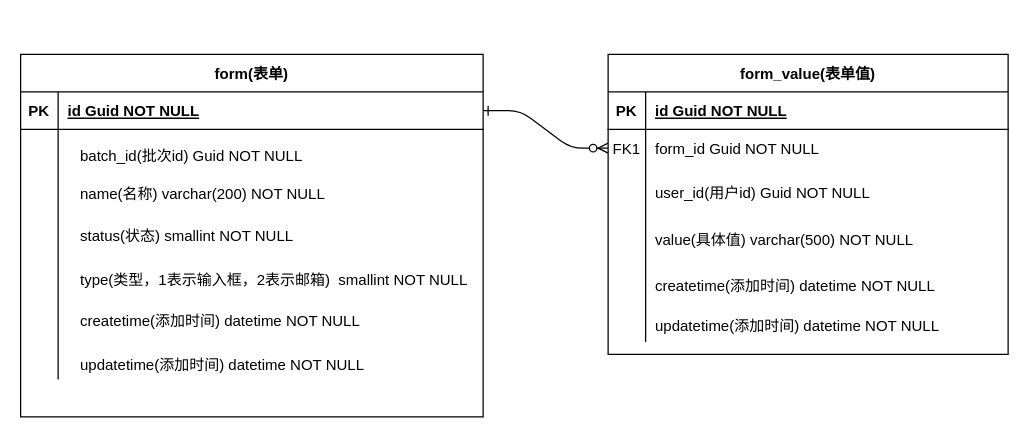
Before: Project/自定义表单.drawio in hao15239129517/drawio, a draw.io diagram. Source tidied: cells renumbered, new cells numbered last; positions are measured from the earlier drawing's top-left corner, leaving out a move shared by most shapes. Both pictures are drawn from the tidied source at 125%, with x=0, y=0 at pixel (20, 54).
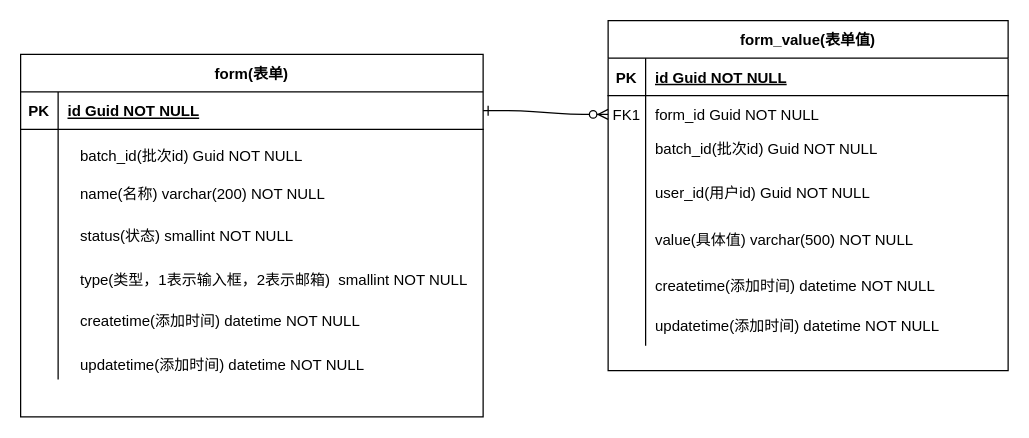
The same diagram, later.

The edit, as a diff of the source:
```diff
@@
     <mxCell id="3" value="form_value(表单值)" style="shape=table;startSize=30;childLayout=tableLayout;rowLines=0;fontStyle=1;align=center;" parent="1" vertex="1">
-      <mxGeometry x="470" width="320" height="240" as="geometry" />
+      <mxGeometry x="470" y="-27" width="320" height="280" as="geometry" />
     </mxCell>
@@
     <mxCell id="10" style="shape=partialRectangle;fillColor=none;top=0;left=0;right=0;bottom=0;" parent="3" vertex="1">
-      <mxGeometry y="90" width="320" height="140" as="geometry" />
+      <mxGeometry y="90" width="320" height="170" as="geometry" />
     </mxCell>
     <mxCell id="11" style="shape=partialRectangle;overflow=hidden;fillColor=none;top=0;left=0;bottom=0;right=0;" parent="10" vertex="1">
-      <mxGeometry width="30" height="140" as="geometry" />
+      <mxGeometry width="30" height="170" as="geometry" />
     </mxCell>
     <mxCell id="12" style="shape=partialRectangle;overflow=hidden;fillColor=none;top=0;left=0;bottom=0;right=0;align=left;spacingLeft=6;" parent="10" vertex="1">
-      <mxGeometry x="30" width="290" height="140" as="geometry" />
+      <mxGeometry x="30" width="290" height="170" as="geometry" />
     </mxCell>
@@
+    <mxCell id="30" value="batch_id(批次id) Guid NOT NULL" style="shape=partialRectangle;overflow=hidden;fillColor=none;top=0;left=0;bottom=0;right=0;align=left;spacingLeft=6;" parent="1" vertex="1">
+      <mxGeometry x="500" y="60" width="220" height="30" as="geometry" />
+    </mxCell>
```
